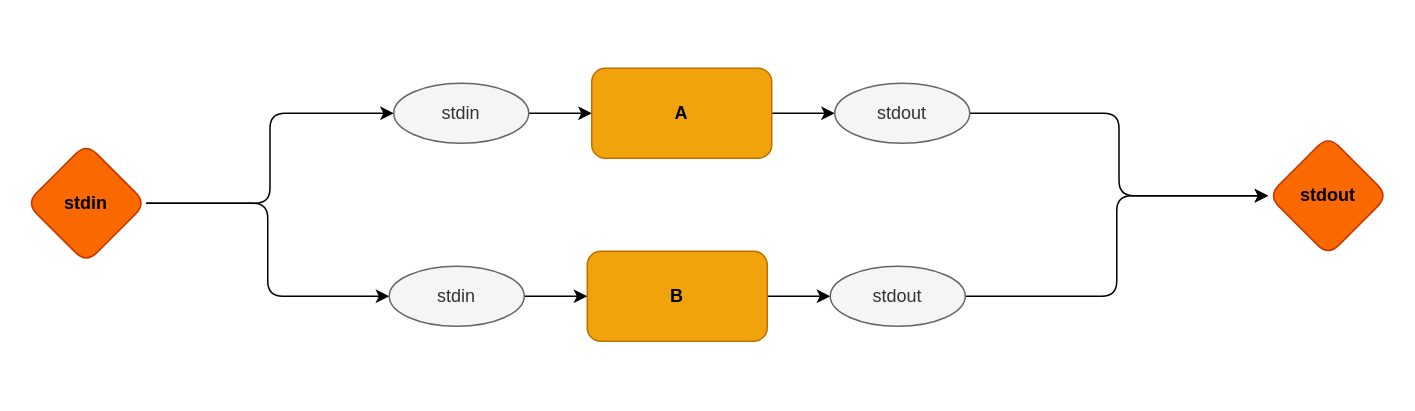
This is par.example.drawio from z64/odin0d, a draw.io file, before an edit. Source tidied: cells renumbered, new cells numbered last; positions are measured from the earlier drawing's top-left corner, leaving out a move shared by most shapes. Both pictures are drawn from the tidied source at 150%, with x=0, y=0 at pixel (26, 68).
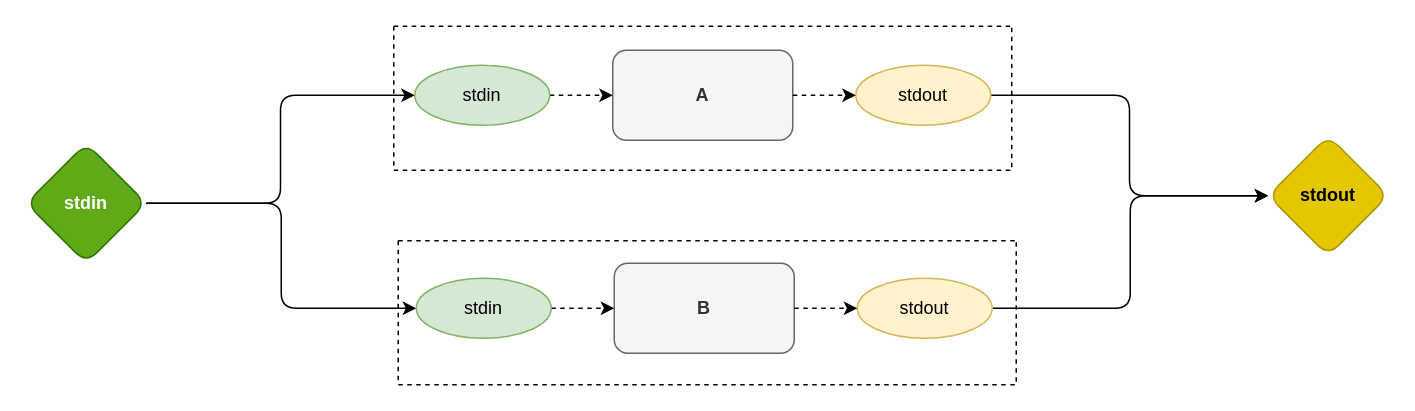
After the change.

Diff of the diagram source:
```diff
@@
 <mxGraphModel>
   <root>
     <mxCell id="0" />
     <mxCell id="1" parent="0" />
     <mxCell id="2" style="edgeStyle=orthogonalEdgeStyle;rounded=1;jettySize=auto;html=1;exitX=1;exitY=0.5;exitDx=0;exitDy=0;entryX=0;entryY=0.5;entryDx=0;entryDy=0;" parent="1" edge="1" source="4" target="9">
       <mxGeometry relative="1" as="geometry" />
     </mxCell>
     <mxCell id="3" style="edgeStyle=orthogonalEdgeStyle;rounded=1;jettySize=auto;html=1;exitX=1;exitY=0.5;exitDx=0;exitDy=0;entryX=0;entryY=0.5;entryDx=0;entryDy=0;" parent="1" edge="1" source="4" target="15">
       <mxGeometry relative="1" as="geometry" />
     </mxCell>
-    <mxCell id="4" value="stdin" style="rhombus;whiteSpace=wrap;html=1;rounded=1;fillColor=#fa6800;fontColor=#000000;strokeColor=#C73500;fontStyle=1;" parent="1" vertex="1">
+    <mxCell id="4" value="stdin" style="rhombus;whiteSpace=wrap;html=1;rounded=1;fillColor=#60a917;strokeColor=#2D7600;fontStyle=1;fontColor=#ffffff;" parent="1" vertex="1">
       <mxGeometry y="50" width="80" height="80" as="geometry" />
     </mxCell>
-    <mxCell id="5" value="stdout" style="rhombus;whiteSpace=wrap;html=1;rounded=1;fillColor=#fa6800;fontColor=#000000;strokeColor=#C73500;fontStyle=1;" parent="1" vertex="1">
+    <mxCell id="5" value="stdout" style="rhombus;whiteSpace=wrap;html=1;rounded=1;fillColor=#e3c800;strokeColor=#B09500;fontStyle=1;fontColor=#000000;" parent="1" vertex="1">
       <mxGeometry x="828" y="45" width="80" height="80" as="geometry" />
     </mxCell>
-    <mxCell id="6" style="edgeStyle=orthogonalEdgeStyle;rounded=1;jettySize=auto;html=1;exitX=1;exitY=0.5;exitDx=0;exitDy=0;endArrow=classic;endFill=1;" parent="1" edge="1" source="7" target="11">
-      <mxGeometry relative="1" as="geometry" />
-    </mxCell>
+    <mxCell id="10" style="edgeStyle=orthogonalEdgeStyle;rounded=1;jettySize=auto;html=1;exitX=1;exitY=0.5;exitDx=0;exitDy=0;entryX=0;entryY=0.5;entryDx=0;entryDy=0;" parent="1" edge="1" source="11" target="5">
+      <mxGeometry relative="1" as="geometry" />
+    </mxCell>
+    <mxCell id="16" style="edgeStyle=orthogonalEdgeStyle;rounded=1;jettySize=auto;html=1;exitX=1;exitY=0.5;exitDx=0;exitDy=0;entryX=0;entryY=0.5;entryDx=0;entryDy=0;" parent="1" edge="1" source="17" target="5">
+      <mxGeometry relative="1" as="geometry" />
+    </mxCell>
+    <mxCell id="18" style="swimlane;startSize=0;fillColor=none;strokeWidth=1;dashed=1;" parent="1" vertex="1">
+      <mxGeometry x="245" y="-28" width="412" height="96" as="geometry" />
+    </mxCell>
-    <mxCell id="7" value="A" style="rounded=1;whiteSpace=wrap;html=1;fillColor=#f0a30a;strokeColor=#BD7000;fontColor=#000000;fontStyle=1;" parent="1" vertex="1">
-      <mxGeometry x="377" width="120" height="60" as="geometry" />
+    <mxCell id="7" value="A" style="rounded=1;whiteSpace=wrap;html=1;fillColor=#f5f5f5;strokeColor=#666666;fontColor=#333333;fontStyle=1;" parent="18" vertex="1">
+      <mxGeometry x="146" y="16" width="120" height="60" as="geometry" />
     </mxCell>
-    <mxCell id="8" style="edgeStyle=orthogonalEdgeStyle;rounded=1;jettySize=auto;html=1;exitX=1;exitY=0.5;exitDx=0;exitDy=0;entryX=0;entryY=0.5;entryDx=0;entryDy=0;endArrow=classic;endFill=1;" parent="1" edge="1" source="9" target="7">
+    <mxCell id="8" style="edgeStyle=orthogonalEdgeStyle;rounded=1;jettySize=auto;html=1;exitX=1;exitY=0.5;exitDx=0;exitDy=0;entryX=0;entryY=0.5;entryDx=0;entryDy=0;endArrow=classic;endFill=1;dashed=1;" parent="18" edge="1" source="9" target="7">
       <mxGeometry relative="1" as="geometry" />
     </mxCell>
-    <mxCell id="9" value="stdin" style="ellipse;whiteSpace=wrap;html=1;rounded=1;fillColor=#f5f5f5;strokeColor=#666666;fontColor=#333333;" parent="1" vertex="1">
-      <mxGeometry x="245" y="10" width="90" height="40" as="geometry" />
+    <mxCell id="9" value="stdin" style="ellipse;whiteSpace=wrap;html=1;rounded=1;fillColor=#d5e8d4;strokeColor=#82b366;" parent="18" vertex="1">
+      <mxGeometry x="14" y="26" width="90" height="40" as="geometry" />
     </mxCell>
-    <mxCell id="10" style="edgeStyle=orthogonalEdgeStyle;rounded=1;jettySize=auto;html=1;exitX=1;exitY=0.5;exitDx=0;exitDy=0;entryX=0;entryY=0.5;entryDx=0;entryDy=0;" parent="1" edge="1" source="11" target="5">
-      <mxGeometry relative="1" as="geometry" />
-    </mxCell>
-    <mxCell id="11" value="stdout" style="ellipse;whiteSpace=wrap;html=1;rounded=1;fillColor=#f5f5f5;strokeColor=#666666;fontColor=#333333;" parent="1" vertex="1">
-      <mxGeometry x="539" y="10" width="90" height="40" as="geometry" />
+    <mxCell id="11" value="stdout" style="ellipse;whiteSpace=wrap;html=1;rounded=1;fillColor=#fff2cc;strokeColor=#d6b656;" parent="18" vertex="1">
+      <mxGeometry x="308" y="26" width="90" height="40" as="geometry" />
     </mxCell>
-    <mxCell id="12" style="edgeStyle=orthogonalEdgeStyle;rounded=1;jettySize=auto;html=1;exitX=1;exitY=0.5;exitDx=0;exitDy=0;endArrow=classic;endFill=1;" parent="1" edge="1" source="13" target="17">
-      <mxGeometry relative="1" as="geometry" />
-    </mxCell>
+    <mxCell id="6" style="edgeStyle=orthogonalEdgeStyle;rounded=1;jettySize=auto;html=1;exitX=1;exitY=0.5;exitDx=0;exitDy=0;endArrow=classic;endFill=1;dashed=1;" parent="18" edge="1" source="7" target="11">
+      <mxGeometry relative="1" as="geometry" />
+    </mxCell>
+    <mxCell id="19" style="swimlane;startSize=0;dashed=1;" parent="1" vertex="1">
+      <mxGeometry x="248" y="115" width="412" height="96" as="geometry" />
+    </mxCell>
-    <mxCell id="13" value="B" style="rounded=1;whiteSpace=wrap;html=1;fillColor=#f0a30a;strokeColor=#BD7000;fontColor=#000000;fontStyle=1;" parent="1" vertex="1">
-      <mxGeometry x="374" y="122" width="120" height="60" as="geometry" />
+    <mxCell id="13" value="B" style="rounded=1;whiteSpace=wrap;html=1;fontStyle=1;fillColor=#f5f5f5;strokeColor=#666666;fontColor=#333333;" parent="19" vertex="1">
+      <mxGeometry x="144" y="15" width="120" height="60" as="geometry" />
     </mxCell>
-    <mxCell id="14" style="edgeStyle=orthogonalEdgeStyle;rounded=1;jettySize=auto;html=1;exitX=1;exitY=0.5;exitDx=0;exitDy=0;entryX=0;entryY=0.5;entryDx=0;entryDy=0;endArrow=classic;endFill=1;" parent="1" edge="1" source="15" target="13">
+    <mxCell id="14" style="edgeStyle=orthogonalEdgeStyle;rounded=1;jettySize=auto;html=1;exitX=1;exitY=0.5;exitDx=0;exitDy=0;entryX=0;entryY=0.5;entryDx=0;entryDy=0;endArrow=classic;endFill=1;dashed=1;" parent="19" edge="1" source="15" target="13">
       <mxGeometry relative="1" as="geometry" />
     </mxCell>
-    <mxCell id="15" value="stdin" style="ellipse;whiteSpace=wrap;html=1;rounded=1;fillColor=#f5f5f5;strokeColor=#666666;fontColor=#333333;" parent="1" vertex="1">
-      <mxGeometry x="242" y="132" width="90" height="40" as="geometry" />
+    <mxCell id="15" value="stdin" style="ellipse;whiteSpace=wrap;html=1;rounded=1;fillColor=#d5e8d4;strokeColor=#82b366;" parent="19" vertex="1">
+      <mxGeometry x="12" y="25" width="90" height="40" as="geometry" />
     </mxCell>
-    <mxCell id="16" style="edgeStyle=orthogonalEdgeStyle;rounded=1;jettySize=auto;html=1;exitX=1;exitY=0.5;exitDx=0;exitDy=0;entryX=0;entryY=0.5;entryDx=0;entryDy=0;" parent="1" edge="1" source="17" target="5">
-      <mxGeometry relative="1" as="geometry" />
-    </mxCell>
-    <mxCell id="17" value="stdout" style="ellipse;whiteSpace=wrap;html=1;rounded=1;fillColor=#f5f5f5;strokeColor=#666666;fontColor=#333333;" parent="1" vertex="1">
-      <mxGeometry x="536" y="132" width="90" height="40" as="geometry" />
+    <mxCell id="17" value="stdout" style="ellipse;whiteSpace=wrap;html=1;rounded=1;fillColor=#fff2cc;strokeColor=#d6b656;" parent="19" vertex="1">
+      <mxGeometry x="306" y="25" width="90" height="40" as="geometry" />
     </mxCell>
+    <mxCell id="12" style="edgeStyle=orthogonalEdgeStyle;rounded=1;jettySize=auto;html=1;exitX=1;exitY=0.5;exitDx=0;exitDy=0;endArrow=classic;endFill=1;dashed=1;" parent="19" edge="1" source="13" target="17">
+      <mxGeometry relative="1" as="geometry" />
+    </mxCell>
   </root>
 </mxGraphModel>
```
